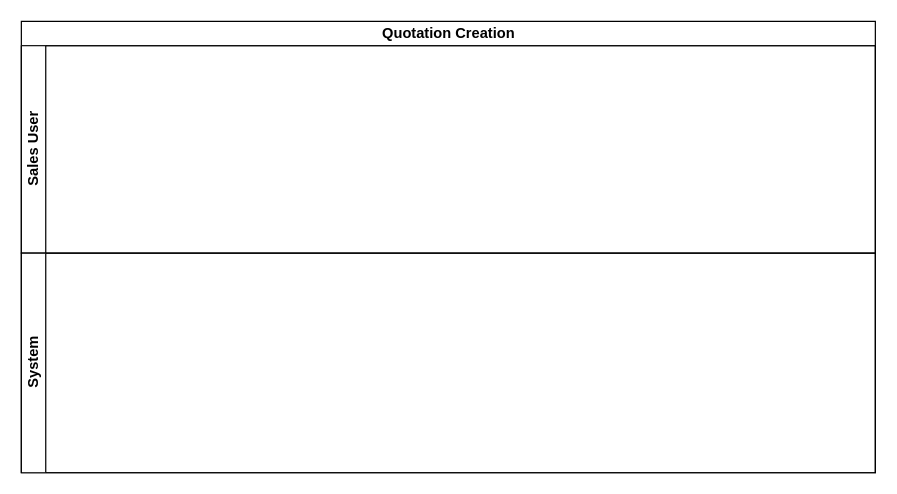
Earlier version of the draw.io diagram SGBCZ Quotation.drawio (Iswariya-LMNAs/Diagrams). Source tidied: cells renumbered, new cells numbered last; positions are measured from the earlier drawing's top-left corner, leaving out a move shared by most shapes. Both pictures are drawn from the tidied source at 122%, with x=0, y=0 at pixel (21, 21).
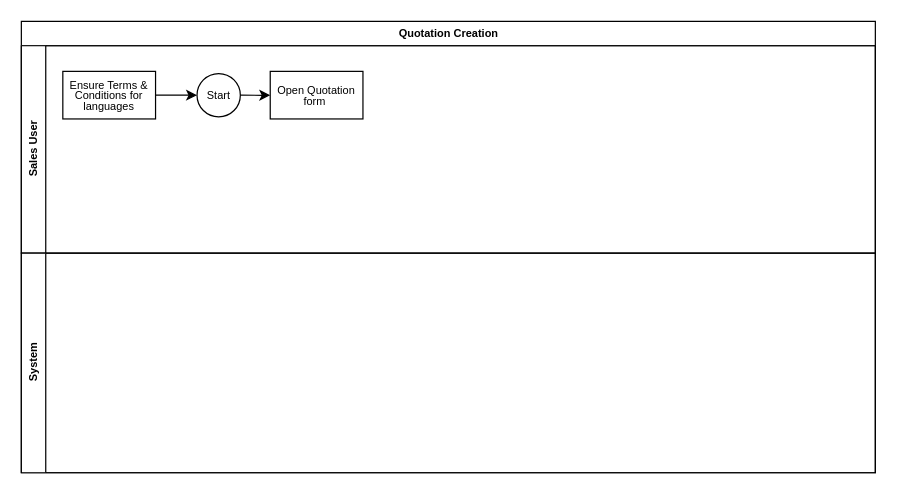
After the change.

The edit, as a diff of the source:
```diff
@@
 <mxGraphModel>
   <root>
     <mxCell id="0" />
     <mxCell id="1" parent="0" />
-    <mxCell id="2" value="Quotation Creation" style="swimlane;horizontal=1;startSize=20;html=1;" parent="1" vertex="1">
+    <mxCell id="2" value="Quotation Creation" style="swimlane;horizontal=1;startSize=20;html=1;fontSize=9;" parent="1" vertex="1">
       <mxGeometry width="700" height="370" as="geometry" />
     </mxCell>
-    <mxCell id="3" value="Sales User" style="swimlane;startSize=20;horizontal=0;html=1;" parent="2" vertex="1">
+    <mxCell id="3" value="Sales User" style="swimlane;startSize=20;horizontal=0;html=1;fontSize=9;" parent="2" vertex="1">
       <mxGeometry y="20" width="700" height="170" as="geometry" />
     </mxCell>
+    <mxCell id="5" style="edgeStyle=orthogonalEdgeStyle;rounded=0;jettySize=auto;html=1;exitX=1;exitY=0.5;exitDx=0;exitDy=0;" parent="3" edge="1" source="6" target="8">
+      <mxGeometry relative="1" as="geometry" />
+    </mxCell>
+    <mxCell id="6" value="&lt;div style=&quot;line-height: 90%;&quot; align=&quot;center&quot;&gt;&lt;font&gt;Ensure Terms &amp;amp; Conditions for languages&lt;/font&gt;&lt;/div&gt;" style="rounded=0;whiteSpace=wrap;html=1;align=center;fontSize=9;" parent="3" vertex="1">
+      <mxGeometry x="34" y="21" width="76" height="39" as="geometry" />
+    </mxCell>
+    <mxCell id="7" style="edgeStyle=orthogonalEdgeStyle;rounded=0;jettySize=auto;html=1;exitX=1;exitY=0.5;exitDx=0;exitDy=0;entryX=0;entryY=0.5;entryDx=0;entryDy=0;" parent="3" edge="1" source="8" target="9">
+      <mxGeometry relative="1" as="geometry" />
+    </mxCell>
+    <mxCell id="8" value="&lt;font&gt;Start&lt;/font&gt;" style="ellipse;whiteSpace=wrap;html=1;fontSize=9;" parent="3" vertex="1">
+      <mxGeometry x="144" y="22.8" width="35.5" height="35.5" as="geometry" />
+    </mxCell>
+    <mxCell id="9" value="&lt;div style=&quot;line-height: 90%;&quot; align=&quot;center&quot;&gt;Open Quotation form&amp;nbsp;&lt;/div&gt;" style="rounded=0;whiteSpace=wrap;html=1;align=center;fontSize=9;" parent="3" vertex="1">
+      <mxGeometry x="204" y="21" width="76" height="39" as="geometry" />
+    </mxCell>
-    <mxCell id="4" value="System" style="swimlane;startSize=20;horizontal=0;html=1;" parent="2" vertex="1">
+    <mxCell id="4" value="System" style="swimlane;startSize=20;horizontal=0;html=1;fontSize=9;" parent="2" vertex="1">
       <mxGeometry y="190" width="700" height="180" as="geometry" />
     </mxCell>
   </root>
 </mxGraphModel>
```
